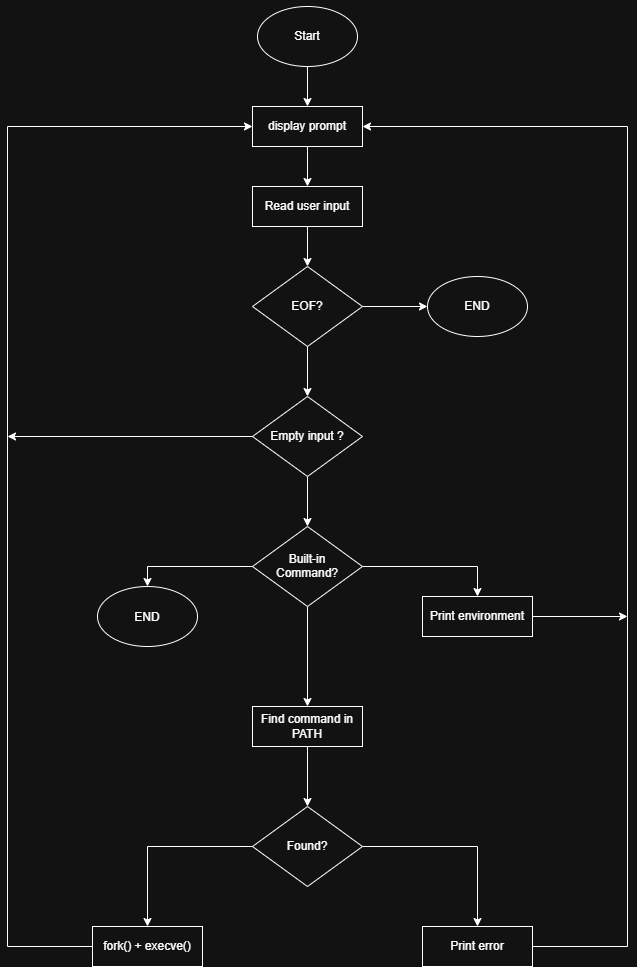
Above: flowchart.png in GitGolik/holbertonschool-simple_shell (draw.io), before the change. Source tidied: cells renumbered, new cells last; positions are measured from the earlier drawing's top-left corner, leaving out a move shared by most shapes. Its diagram source:
```xml
<mxGraphModel>
  <root>
    <mxCell id="0" />
    <mxCell id="1" parent="0" />
    <mxCell id="2" style="edgeStyle=orthogonalEdgeStyle;rounded=0;jettySize=auto;html=1;entryX=0.5;entryY=0;entryDx=0;entryDy=0;" parent="1" edge="1" source="3" target="5">
      <mxGeometry relative="1" as="geometry" />
    </mxCell>
    <mxCell id="3" value="&lt;div&gt;&lt;br&gt;&lt;/div&gt;&lt;div&gt;&lt;br&gt;&lt;/div&gt;&lt;div&gt;Start&lt;/div&gt;" style="ellipse;whiteSpace=wrap;html=1;shapeInside=1;" parent="1" vertex="1">
      <mxGeometry x="250" width="100" height="60" as="geometry" />
    </mxCell>
    <mxCell id="4" style="edgeStyle=orthogonalEdgeStyle;rounded=0;jettySize=auto;html=1;entryX=0.5;entryY=0;entryDx=0;entryDy=0;" parent="1" edge="1" source="5" target="7">
      <mxGeometry relative="1" as="geometry" />
    </mxCell>
    <mxCell id="5" value="display prompt" style="rounded=0;whiteSpace=wrap;html=1;" parent="1" vertex="1">
      <mxGeometry x="245" y="100" width="110" height="40" as="geometry" />
    </mxCell>
    <mxCell id="6" style="edgeStyle=orthogonalEdgeStyle;rounded=0;jettySize=auto;html=1;entryX=0.5;entryY=0;entryDx=0;entryDy=0;" parent="1" edge="1" source="7" target="10">
      <mxGeometry relative="1" as="geometry" />
    </mxCell>
    <mxCell id="7" value="Read user input" style="rounded=0;whiteSpace=wrap;html=1;" parent="1" vertex="1">
      <mxGeometry x="245" y="180" width="110" height="40" as="geometry" />
    </mxCell>
    <mxCell id="8" style="edgeStyle=orthogonalEdgeStyle;rounded=0;jettySize=auto;html=1;entryX=0;entryY=0.5;entryDx=0;entryDy=0;" parent="1" edge="1" source="10" target="11">
      <mxGeometry relative="1" as="geometry" />
    </mxCell>
    <mxCell id="9" style="edgeStyle=orthogonalEdgeStyle;rounded=0;jettySize=auto;html=1;entryX=0.5;entryY=0;entryDx=0;entryDy=0;" parent="1" edge="1" source="10" target="14">
      <mxGeometry relative="1" as="geometry" />
    </mxCell>
    <mxCell id="10" value="&lt;div&gt;&lt;br&gt;&lt;/div&gt;&lt;div&gt;&lt;br&gt;&lt;/div&gt;&lt;div&gt;EOF?&lt;/div&gt;" style="rhombus;whiteSpace=wrap;html=1;shapeInside=1;" parent="1" vertex="1">
      <mxGeometry x="245" y="260" width="110" height="80" as="geometry" />
    </mxCell>
    <mxCell id="11" value="&lt;div&gt;&lt;br&gt;&lt;/div&gt;&lt;div&gt;&lt;br&gt;&lt;/div&gt;&lt;div&gt;END&lt;/div&gt;" style="ellipse;whiteSpace=wrap;html=1;shapeInside=1;" parent="1" vertex="1">
      <mxGeometry x="420" y="270" width="100" height="60" as="geometry" />
    </mxCell>
    <mxCell id="12" style="edgeStyle=orthogonalEdgeStyle;rounded=0;jettySize=auto;html=1;" parent="1" edge="1" source="14" target="18">
      <mxGeometry relative="1" as="geometry" />
    </mxCell>
    <mxCell id="13" style="edgeStyle=orthogonalEdgeStyle;rounded=0;jettySize=auto;html=1;" parent="1" edge="1" source="14">
      <mxGeometry relative="1" as="geometry">
        <mxPoint y="430" as="targetPoint" />
      </mxGeometry>
    </mxCell>
    <mxCell id="14" value="&lt;div&gt;&lt;br&gt;&lt;/div&gt;&lt;div&gt;&lt;br&gt;&lt;/div&gt;&lt;div&gt;Empty input ?&lt;/div&gt;" style="rhombus;whiteSpace=wrap;html=1;shapeInside=1;" parent="1" vertex="1">
      <mxGeometry x="245" y="390" width="110" height="80" as="geometry" />
    </mxCell>
    <mxCell id="15" style="edgeStyle=orthogonalEdgeStyle;rounded=0;jettySize=auto;html=1;entryX=0.5;entryY=0;entryDx=0;entryDy=0;" parent="1" edge="1" source="18" target="19">
      <mxGeometry relative="1" as="geometry" />
    </mxCell>
    <mxCell id="16" style="edgeStyle=orthogonalEdgeStyle;rounded=0;jettySize=auto;html=1;entryX=0.5;entryY=0;entryDx=0;entryDy=0;" parent="1" edge="1" source="18" target="21">
      <mxGeometry relative="1" as="geometry" />
    </mxCell>
    <mxCell id="17" style="edgeStyle=orthogonalEdgeStyle;rounded=0;jettySize=auto;html=1;entryX=0.5;entryY=0;entryDx=0;entryDy=0;" parent="1" edge="1" source="18" target="23">
      <mxGeometry relative="1" as="geometry" />
    </mxCell>
    <mxCell id="18" value="&lt;div&gt;&lt;br&gt;&lt;/div&gt;&lt;div&gt;Built-in&lt;/div&gt;&lt;div&gt;Command?&lt;/div&gt;" style="rhombus;whiteSpace=wrap;html=1;shapeInside=1;" parent="1" vertex="1">
      <mxGeometry x="245" y="520" width="110" height="80" as="geometry" />
    </mxCell>
    <mxCell id="19" value="&lt;div&gt;&lt;br&gt;&lt;/div&gt;&lt;div&gt;END&lt;/div&gt;" style="ellipse;whiteSpace=wrap;html=1;shapeInside=1;" parent="1" vertex="1">
      <mxGeometry x="90" y="580" width="100" height="60" as="geometry" />
    </mxCell>
    <mxCell id="20" style="edgeStyle=orthogonalEdgeStyle;rounded=0;jettySize=auto;html=1;" parent="1" edge="1" source="21">
      <mxGeometry relative="1" as="geometry">
        <mxPoint x="620" y="610" as="targetPoint" />
      </mxGeometry>
    </mxCell>
    <mxCell id="21" value="Print environment" style="rounded=0;whiteSpace=wrap;html=1;" parent="1" vertex="1">
      <mxGeometry x="415" y="590" width="110" height="40" as="geometry" />
    </mxCell>
    <mxCell id="22" style="edgeStyle=orthogonalEdgeStyle;rounded=0;jettySize=auto;html=1;" parent="1" edge="1" source="23" target="26">
      <mxGeometry relative="1" as="geometry" />
    </mxCell>
    <mxCell id="23" value="Find command in PATH" style="rounded=0;whiteSpace=wrap;html=1;" parent="1" vertex="1">
      <mxGeometry x="245" y="700" width="110" height="40" as="geometry" />
    </mxCell>
    <mxCell id="24" style="edgeStyle=orthogonalEdgeStyle;rounded=0;jettySize=auto;html=1;" parent="1" edge="1" source="26" target="28">
      <mxGeometry relative="1" as="geometry" />
    </mxCell>
    <mxCell id="25" style="edgeStyle=orthogonalEdgeStyle;rounded=0;jettySize=auto;html=1;entryX=0.5;entryY=0;entryDx=0;entryDy=0;" parent="1" edge="1" source="26" target="30">
      <mxGeometry relative="1" as="geometry" />
    </mxCell>
    <mxCell id="26" value="&lt;div&gt;&lt;br&gt;&lt;/div&gt;&lt;div&gt;&lt;br&gt;&lt;/div&gt;&lt;div&gt;Found?&lt;/div&gt;" style="rhombus;whiteSpace=wrap;html=1;shapeInside=1;" parent="1" vertex="1">
      <mxGeometry x="245" y="800" width="110" height="80" as="geometry" />
    </mxCell>
    <mxCell id="27" style="edgeStyle=orthogonalEdgeStyle;rounded=0;jettySize=auto;html=1;entryX=0;entryY=0.5;entryDx=0;entryDy=0;" parent="1" edge="1" source="28" target="5">
      <mxGeometry relative="1" as="geometry">
        <Array as="points">
          <mxPoint y="940" />
          <mxPoint y="120" />
        </Array>
      </mxGeometry>
    </mxCell>
    <mxCell id="28" value="fork() + execve()" style="rounded=0;whiteSpace=wrap;html=1;" parent="1" vertex="1">
      <mxGeometry x="85" y="920" width="110" height="40" as="geometry" />
    </mxCell>
    <mxCell id="29" style="edgeStyle=orthogonalEdgeStyle;rounded=0;jettySize=auto;html=1;entryX=1;entryY=0.5;entryDx=0;entryDy=0;" parent="1" edge="1" source="30" target="5">
      <mxGeometry relative="1" as="geometry">
        <Array as="points">
          <mxPoint x="620" y="940" />
          <mxPoint x="620" y="120" />
        </Array>
      </mxGeometry>
    </mxCell>
    <mxCell id="30" value="Print error" style="rounded=0;whiteSpace=wrap;html=1;" parent="1" vertex="1">
      <mxGeometry x="415" y="920" width="110" height="40" as="geometry" />
    </mxCell>
  </root>
</mxGraphModel>
```
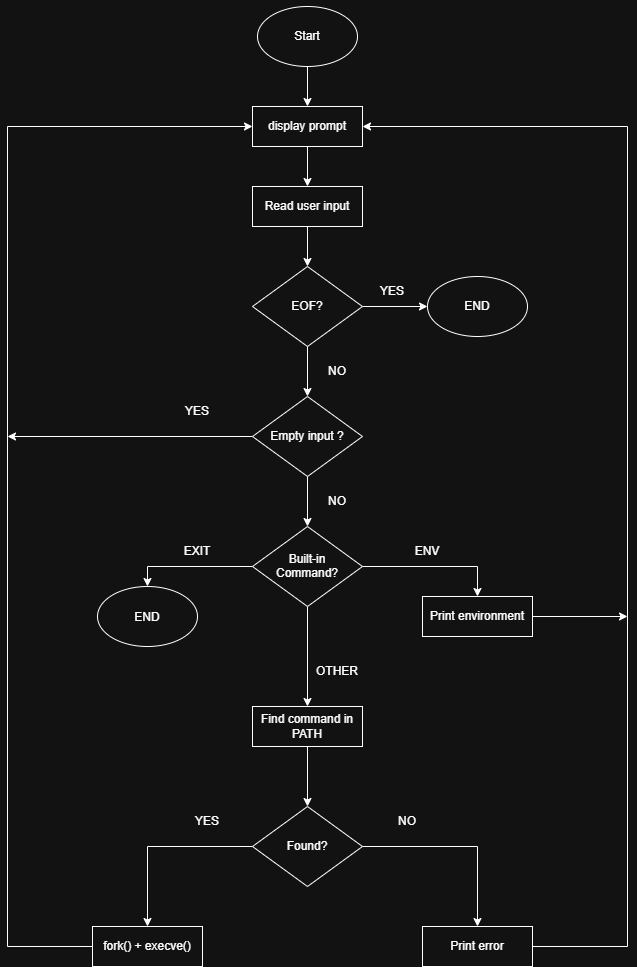
The same diagram one commit later.

Commit message:
MOD flowchart

Change to the diagram source:
```diff
@@ -103,5 +103,32 @@
     <mxCell id="30" value="Print error" style="rounded=0;whiteSpace=wrap;html=1;" parent="1" vertex="1">
       <mxGeometry x="415" y="920" width="110" height="40" as="geometry" />
     </mxCell>
+    <mxCell id="31" value="YES" style="text;html=1;whiteSpace=wrap;strokeColor=none;fillColor=none;align=center;verticalAlign=middle;rounded=0;" parent="1" vertex="1">
+      <mxGeometry x="355" y="270" width="60" height="30" as="geometry" />
+    </mxCell>
+    <mxCell id="32" value="NO" style="text;html=1;whiteSpace=wrap;strokeColor=none;fillColor=none;align=center;verticalAlign=middle;rounded=0;" parent="1" vertex="1">
+      <mxGeometry x="300" y="350" width="60" height="30" as="geometry" />
+    </mxCell>
+    <mxCell id="33" value="YES" style="text;html=1;whiteSpace=wrap;strokeColor=none;fillColor=none;align=center;verticalAlign=middle;rounded=0;" parent="1" vertex="1">
+      <mxGeometry x="160" y="390" width="60" height="30" as="geometry" />
+    </mxCell>
+    <mxCell id="34" value="NO" style="text;html=1;whiteSpace=wrap;strokeColor=none;fillColor=none;align=center;verticalAlign=middle;rounded=0;" parent="1" vertex="1">
+      <mxGeometry x="300" y="480" width="60" height="30" as="geometry" />
+    </mxCell>
+    <mxCell id="35" value="EXIT" style="text;html=1;whiteSpace=wrap;strokeColor=none;fillColor=none;align=center;verticalAlign=middle;rounded=0;" parent="1" vertex="1">
+      <mxGeometry x="160" y="530" width="60" height="30" as="geometry" />
+    </mxCell>
+    <mxCell id="36" value="ENV" style="text;html=1;whiteSpace=wrap;strokeColor=none;fillColor=none;align=center;verticalAlign=middle;rounded=0;" parent="1" vertex="1">
+      <mxGeometry x="390" y="530" width="60" height="30" as="geometry" />
+    </mxCell>
+    <mxCell id="37" value="OTHER" style="text;html=1;whiteSpace=wrap;strokeColor=none;fillColor=none;align=center;verticalAlign=middle;rounded=0;" parent="1" vertex="1">
+      <mxGeometry x="300" y="650" width="60" height="30" as="geometry" />
+    </mxCell>
+    <mxCell id="38" value="NO" style="text;html=1;whiteSpace=wrap;strokeColor=none;fillColor=none;align=center;verticalAlign=middle;rounded=0;" parent="1" vertex="1">
+      <mxGeometry x="370" y="800" width="60" height="30" as="geometry" />
+    </mxCell>
+    <mxCell id="39" value="YES" style="text;html=1;whiteSpace=wrap;strokeColor=none;fillColor=none;align=center;verticalAlign=middle;rounded=0;" parent="1" vertex="1">
+      <mxGeometry x="170" y="800" width="60" height="30" as="geometry" />
+    </mxCell>
   </root>
 </mxGraphModel>
```
